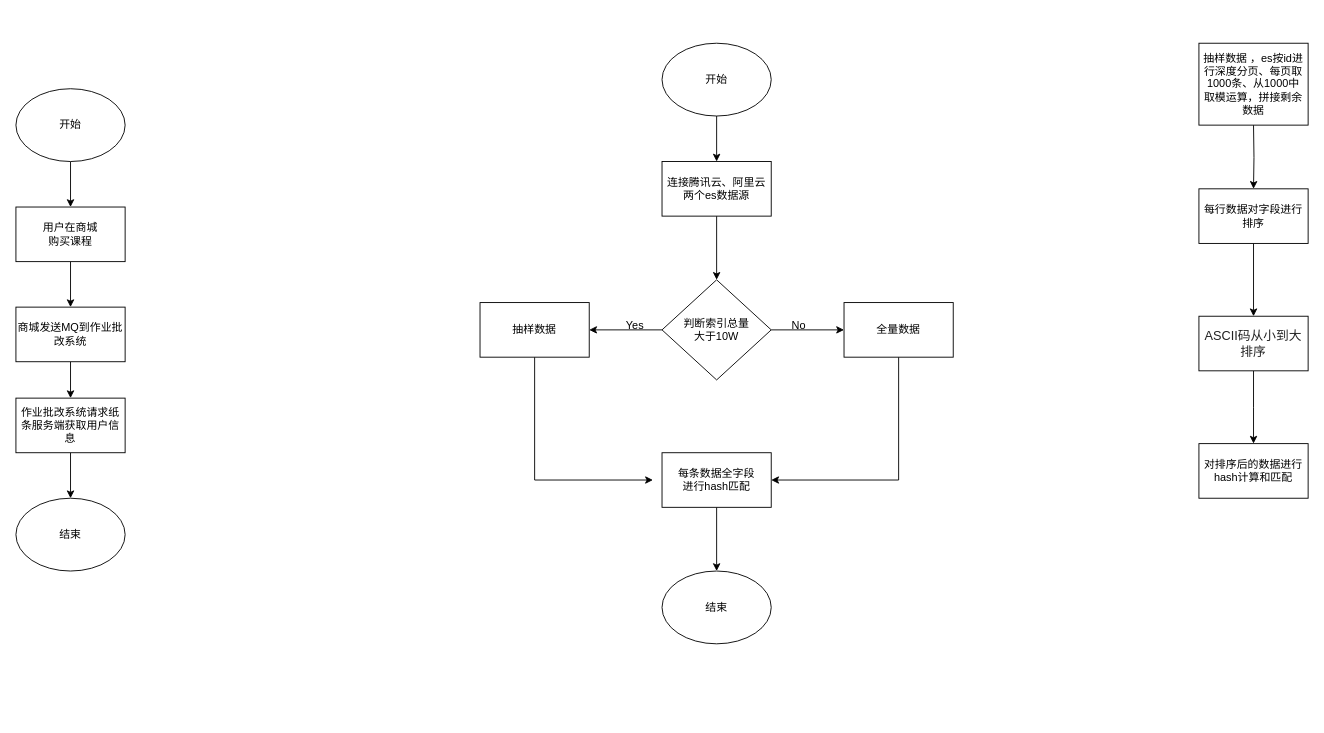
The draw.io diagram 数据校验.drawio in ffyyhh995511/draw.io, before the edit. Source tidied: cells renumbered, new cells numbered last; positions are measured from the earlier drawing's top-left corner, leaving out a move shared by most shapes. Both pictures are drawn from the tidied source at 91%, with x=0, y=0 at pixel (15, 43).
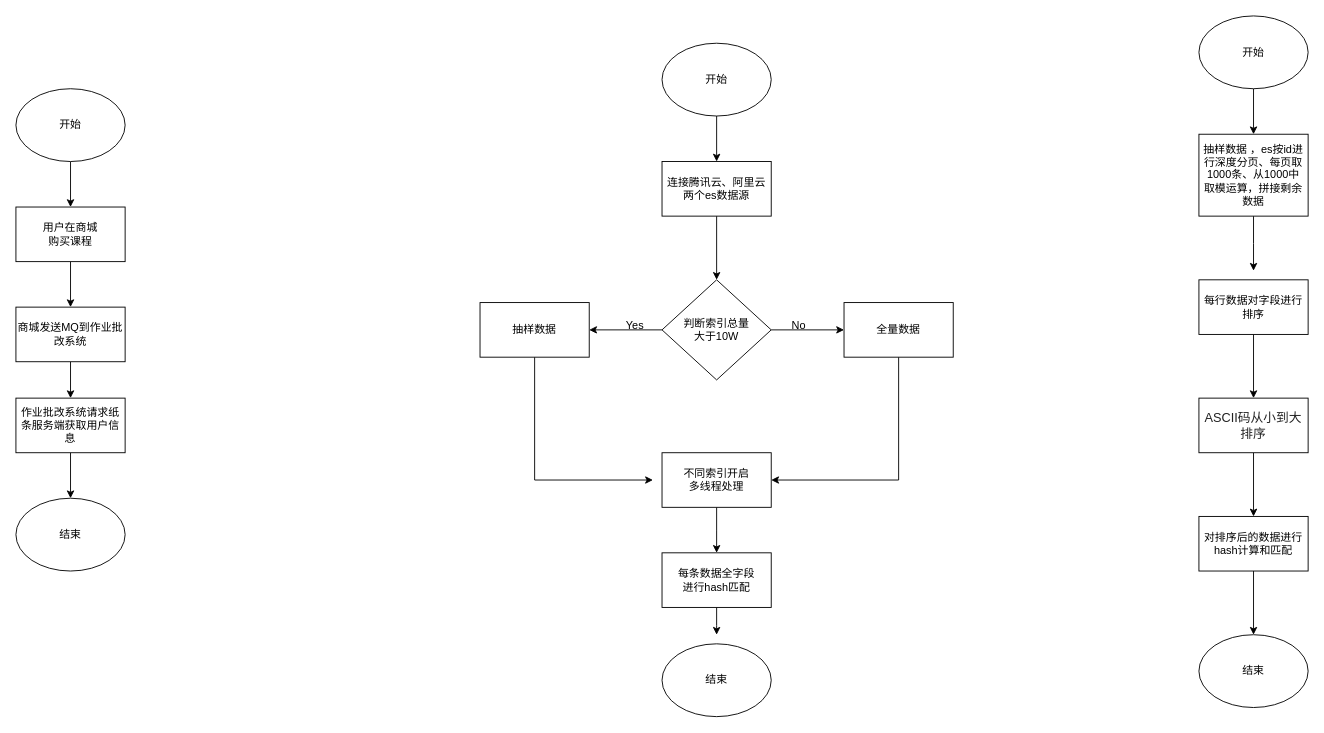
Above is the later version.

Commit message:
更新数据校验.drawio

Change to the diagram source:
```diff
@@
     <mxCell id="24" value="结束" style="ellipse;whiteSpace=wrap;html=1;" parent="1" vertex="1">
-      <mxGeometry x="710" y="580" width="120" height="80" as="geometry" />
+      <mxGeometry x="710" y="660" width="120" height="80" as="geometry" />
     </mxCell>
-    <mxCell id="25" style="edgeStyle=orthogonalEdgeStyle;rounded=0;jettySize=auto;html=1;exitX=0.5;exitY=1;exitDx=0;exitDy=0;entryX=0.5;entryY=0;entryDx=0;entryDy=0;" parent="1" edge="1" source="26" target="24">
-      <mxGeometry relative="1" as="geometry" />
-    </mxCell>
+    <mxCell id="34" style="edgeStyle=orthogonalEdgeStyle;rounded=0;jettySize=auto;html=1;" parent="1" edge="1" source="26">
+      <mxGeometry relative="1" as="geometry">
+        <mxPoint x="770" y="560" as="targetPoint" />
+      </mxGeometry>
+    </mxCell>
-    <mxCell id="26" value="每条数据全字段&lt;br&gt;进行hash匹配" style="whiteSpace=wrap;html=1;" parent="1" vertex="1">
+    <mxCell id="26" value="不同索引开启&lt;br&gt;多线程处理" style="whiteSpace=wrap;html=1;" parent="1" vertex="1">
       <mxGeometry x="710" y="450" width="120" height="60" as="geometry" />
     </mxCell>
-    <mxCell id="27" style="edgeStyle=orthogonalEdgeStyle;rounded=0;jettySize=auto;html=1;" parent="1" edge="1" target="29">
-      <mxGeometry relative="1" as="geometry">
-        <mxPoint x="1360" y="90" as="sourcePoint" />
-      </mxGeometry>
-    </mxCell>
-    <mxCell id="28" style="edgeStyle=orthogonalEdgeStyle;rounded=0;jettySize=auto;html=1;" parent="1" edge="1" source="29" target="31">
+    <mxCell id="28" style="edgeStyle=orthogonalEdgeStyle;rounded=0;jettySize=auto;html=1;exitX=0.5;exitY=1;exitDx=0;exitDy=0;entryX=0.5;entryY=0;entryDx=0;entryDy=0;" parent="1" edge="1" source="29" target="31">
       <mxGeometry relative="1" as="geometry" />
     </mxCell>
     <mxCell id="29" value="每行数据对字段进行排序" style="whiteSpace=wrap;html=1;" parent="1" vertex="1">
-      <mxGeometry x="1300" y="160" width="120" height="60" as="geometry" />
+      <mxGeometry x="1300" y="260" width="120" height="60" as="geometry" />
     </mxCell>
-    <mxCell id="30" style="edgeStyle=orthogonalEdgeStyle;rounded=0;jettySize=auto;html=1;" parent="1" edge="1" source="31">
-      <mxGeometry relative="1" as="geometry">
-        <mxPoint x="1360" y="440" as="targetPoint" />
-      </mxGeometry>
-    </mxCell>
+    <mxCell id="35" style="edgeStyle=orthogonalEdgeStyle;rounded=0;jettySize=auto;html=1;entryX=0.5;entryY=0;entryDx=0;entryDy=0;" parent="1" edge="1" source="31" target="32">
+      <mxGeometry relative="1" as="geometry" />
+    </mxCell>
     <mxCell id="31" value="&lt;span style=&quot;color: rgb(34 , 34 , 34) ; font-family: &amp;#34;helvetica neue&amp;#34; , &amp;#34;hiragino sans gb&amp;#34; , &amp;#34;microsoft yahei&amp;#34; , , &amp;#34;arial&amp;#34; , sans-serif ; font-size: 14px ; text-align: left ; background-color: rgb(255 , 255 , 255)&quot;&gt;ASCII码从小到大排序&lt;/span&gt;" style="whiteSpace=wrap;html=1;" parent="1" vertex="1">
-      <mxGeometry x="1300" y="300" width="120" height="60" as="geometry" />
+      <mxGeometry x="1300" y="390" width="120" height="60" as="geometry" />
     </mxCell>
+    <mxCell id="36" style="edgeStyle=orthogonalEdgeStyle;rounded=0;jettySize=auto;html=1;entryX=0.5;entryY=0;entryDx=0;entryDy=0;" parent="1" edge="1" source="32" target="40">
+      <mxGeometry relative="1" as="geometry" />
+    </mxCell>
     <mxCell id="32" value="对排序后的数据进行hash计算和匹配" style="rounded=0;whiteSpace=wrap;html=1;" parent="1" vertex="1">
-      <mxGeometry x="1300" y="440" width="120" height="60" as="geometry" />
+      <mxGeometry x="1300" y="520" width="120" height="60" as="geometry" />
     </mxCell>
+    <mxCell id="37" style="edgeStyle=orthogonalEdgeStyle;rounded=0;jettySize=auto;html=1;" parent="1" edge="1" source="33">
+      <mxGeometry relative="1" as="geometry">
+        <mxPoint x="1360" y="250" as="targetPoint" />
+      </mxGeometry>
+    </mxCell>
     <mxCell id="33" value="抽样数据 ，es按id进行深度分页、每页取1000条、从1000中&lt;br&gt;取模运算，拼接剩余数据" style="rounded=0;whiteSpace=wrap;html=1;" parent="1" vertex="1">
-      <mxGeometry x="1300" width="120" height="90" as="geometry" />
+      <mxGeometry x="1300" y="100" width="120" height="90" as="geometry" />
     </mxCell>
+    <mxCell id="38" style="edgeStyle=orthogonalEdgeStyle;rounded=0;jettySize=auto;html=1;entryX=0.5;entryY=0;entryDx=0;entryDy=0;" parent="1" edge="1" source="39" target="33">
+      <mxGeometry relative="1" as="geometry" />
+    </mxCell>
+    <mxCell id="39" value="开始" style="ellipse;whiteSpace=wrap;html=1;" parent="1" vertex="1">
+      <mxGeometry x="1300" y="-30" width="120" height="80" as="geometry" />
+    </mxCell>
+    <mxCell id="40" value="结束" style="ellipse;whiteSpace=wrap;html=1;" parent="1" vertex="1">
+      <mxGeometry x="1300" y="650" width="120" height="80" as="geometry" />
+    </mxCell>
+    <mxCell id="41" style="edgeStyle=orthogonalEdgeStyle;rounded=0;jettySize=auto;html=1;" parent="1" edge="1" source="42">
+      <mxGeometry relative="1" as="geometry">
+        <mxPoint x="770" y="650" as="targetPoint" />
+      </mxGeometry>
+    </mxCell>
+    <mxCell id="42" value="每条数据全字段&lt;br&gt;进行hash匹配" style="whiteSpace=wrap;html=1;" parent="1" vertex="1">
+      <mxGeometry x="710" y="560" width="120" height="60" as="geometry" />
+    </mxCell>
```
